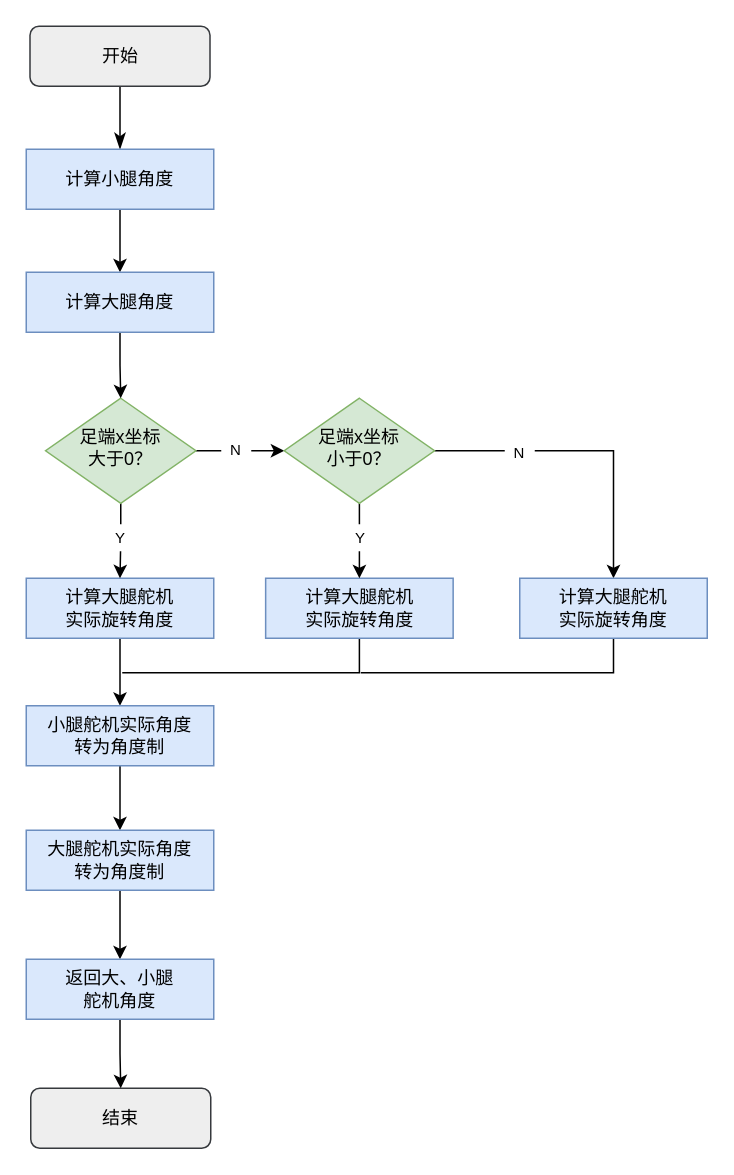
This is 串联腿逆解器.drawio from KAZAMA-DREAM/picture, a draw.io file, before an edit. Source tidied: cells renumbered, new cells numbered last; positions are measured from the earlier drawing's top-left corner, leaving out a move shared by most shapes. Both pictures are drawn from the tidied source at 150%, with x=0, y=0 at pixel (26, 26).
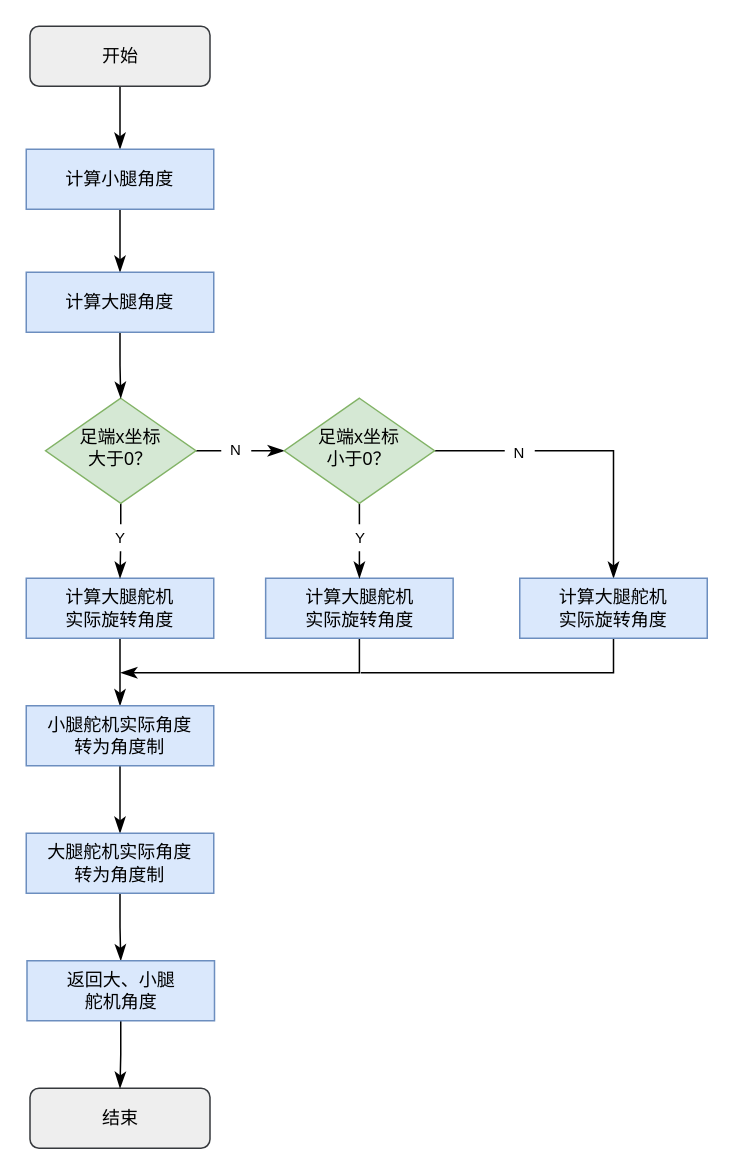
The same diagram, later.

Commit message:
更新串联腿逆解器.drawio

The change refers to these unchanged cells:
```xml
<mxCell id="5" value="计算大腿舵机&lt;br&gt;实际旋转角度" style="rounded=0;whiteSpace=wrap;html=1;fillColor=#dae8fc;strokeColor=#6c8ebf;" parent="1" vertex="1">
  <mxGeometry y="368" width="125" height="40" as="geometry" />
</mxCell>
<mxCell id="8" value="足端x坐标&lt;br&gt;大于0？" style="rhombus;whiteSpace=wrap;html=1;shadow=0;fontFamily=Helvetica;fontSize=12;align=center;strokeWidth=1;spacing=6;spacingTop=-4;fillColor=#d5e8d4;strokeColor=#82b366;" parent="1" vertex="1">
  <mxGeometry x="12.9" y="248" width="100.2" height="70" as="geometry" />
</mxCell>
<mxCell id="10" value="小腿舵机实际角度&lt;br&gt;转为角度制" style="rounded=0;whiteSpace=wrap;html=1;fillColor=#dae8fc;strokeColor=#6c8ebf;" parent="1" vertex="1">
  <mxGeometry y="453" width="125" height="40" as="geometry" />
</mxCell>
<mxCell id="13" value="计算小腿角度" style="rounded=0;whiteSpace=wrap;html=1;fillColor=#dae8fc;strokeColor=#6c8ebf;" parent="1" vertex="1">
  <mxGeometry y="82" width="125" height="40" as="geometry" />
</mxCell>
<mxCell id="15" value="计算大腿角度" style="rounded=0;whiteSpace=wrap;html=1;fillColor=#dae8fc;strokeColor=#6c8ebf;" parent="1" vertex="1">
  <mxGeometry y="164" width="125" height="40" as="geometry" />
</mxCell>
<mxCell id="19" value="计算大腿舵机&lt;br&gt;实际旋转角度" style="rounded=0;whiteSpace=wrap;html=1;fillColor=#dae8fc;strokeColor=#6c8ebf;" parent="1" vertex="1">
  <mxGeometry x="159.6" y="368" width="125" height="40" as="geometry" />
</mxCell>
<mxCell id="22" value="足端x坐标&lt;br&gt;小于0？" style="rhombus;whiteSpace=wrap;html=1;shadow=0;fontFamily=Helvetica;fontSize=12;align=center;strokeWidth=1;spacing=6;spacingTop=-4;fillColor=#d5e8d4;strokeColor=#82b366;" parent="1" vertex="1">
  <mxGeometry x="172" y="248" width="100.2" height="70" as="geometry" />
</mxCell>
<mxCell id="25" value="计算大腿舵机&lt;br&gt;实际旋转角度" style="rounded=0;whiteSpace=wrap;html=1;fillColor=#dae8fc;strokeColor=#6c8ebf;" parent="1" vertex="1">
  <mxGeometry x="329" y="368" width="125" height="40" as="geometry" />
</mxCell>
```

What changed in the source:
```diff
@@
-    <mxCell id="4" style="edgeStyle=orthogonalEdgeStyle;rounded=0;jettySize=auto;html=1;entryX=0.5;entryY=0;entryDx=0;entryDy=0;" parent="1" edge="1" source="5" target="10">
+    <mxCell id="4" style="edgeStyle=orthogonalEdgeStyle;rounded=0;jettySize=auto;html=1;entryX=0.5;entryY=0;entryDx=0;entryDy=0;endSize=8;endArrow=classicThin;endFill=1;" parent="1" edge="1" source="5" target="10">
       <mxGeometry relative="1" as="geometry" />
     </mxCell>
@@
-    <mxCell id="6" style="edgeStyle=orthogonalEdgeStyle;rounded=0;jettySize=auto;html=1;" parent="1" edge="1" source="8" target="5">
+    <mxCell id="6" style="edgeStyle=orthogonalEdgeStyle;rounded=0;jettySize=auto;html=1;endSize=8;endArrow=classicThin;endFill=1;" parent="1" edge="1" source="8" target="5">
       <mxGeometry relative="1" as="geometry" />
     </mxCell>
-    <mxCell id="7" style="edgeStyle=orthogonalEdgeStyle;rounded=0;jettySize=auto;html=1;" parent="1" edge="1" source="8">
+    <mxCell id="7" style="edgeStyle=orthogonalEdgeStyle;rounded=0;jettySize=auto;html=1;endArrow=classicThin;endFill=1;endSize=8;" parent="1" edge="1" source="8">
       <mxGeometry relative="1" as="geometry">
         <mxPoint x="172" y="283" as="targetPoint" />
       </mxGeometry>
     </mxCell>
@@
-    <mxCell id="9" style="edgeStyle=orthogonalEdgeStyle;rounded=0;jettySize=auto;html=1;" parent="1" edge="1" source="10" target="28">
+    <mxCell id="9" style="edgeStyle=orthogonalEdgeStyle;rounded=0;jettySize=auto;html=1;endSize=8;endArrow=classicThin;endFill=1;" parent="1" edge="1" source="10" target="28">
       <mxGeometry relative="1" as="geometry" />
     </mxCell>
@@
     <mxCell id="11" value="结束" style="rounded=1;whiteSpace=wrap;html=1;fontSize=12;glass=0;strokeWidth=1;shadow=0;fillColor=#eeeeee;strokeColor=#36393d;" parent="1" vertex="1">
-      <mxGeometry x="3" y="708" width="120" height="40" as="geometry" />
+      <mxGeometry x="2.5" y="708" width="120" height="40" as="geometry" />
     </mxCell>
-    <mxCell id="12" style="edgeStyle=orthogonalEdgeStyle;rounded=0;jettySize=auto;html=1;" parent="1" edge="1" source="13" target="15">
+    <mxCell id="12" style="edgeStyle=orthogonalEdgeStyle;rounded=0;jettySize=auto;html=1;endSize=8;endArrow=classicThin;endFill=1;" parent="1" edge="1" source="13" target="15">
       <mxGeometry relative="1" as="geometry" />
     </mxCell>
@@
-    <mxCell id="14" style="edgeStyle=orthogonalEdgeStyle;rounded=0;jettySize=auto;html=1;" parent="1" edge="1" source="15" target="8">
+    <mxCell id="14" style="edgeStyle=orthogonalEdgeStyle;rounded=0;jettySize=auto;html=1;endSize=8;endArrow=classicThin;endFill=1;" parent="1" edge="1" source="15" target="8">
       <mxGeometry relative="1" as="geometry" />
     </mxCell>
@@
-    <mxCell id="18" style="edgeStyle=orthogonalEdgeStyle;rounded=0;jettySize=auto;html=1;endArrow=none;endFill=0;" parent="1" edge="1" source="19">
+    <mxCell id="18" style="edgeStyle=orthogonalEdgeStyle;rounded=0;jettySize=auto;html=1;endArrow=classicThin;endFill=1;endSize=8;" parent="1" edge="1" source="19">
       <mxGeometry relative="1" as="geometry">
-        <mxPoint x="64" y="431" as="targetPoint" />
+        <mxPoint x="63" y="431" as="targetPoint" />
         <Array as="points">
           <mxPoint x="222" y="431" />
           <mxPoint x="102" y="431" />
         </Array>
       </mxGeometry>
     </mxCell>
@@
-    <mxCell id="20" style="edgeStyle=orthogonalEdgeStyle;rounded=0;jettySize=auto;html=1;" parent="1" edge="1" source="22" target="19">
+    <mxCell id="20" style="edgeStyle=orthogonalEdgeStyle;rounded=0;jettySize=auto;html=1;endSize=8;endArrow=classicThin;endFill=1;" parent="1" edge="1" source="22" target="19">
       <mxGeometry relative="1" as="geometry" />
     </mxCell>
-    <mxCell id="21" style="edgeStyle=orthogonalEdgeStyle;rounded=0;jettySize=auto;html=1;entryX=0.5;entryY=0;entryDx=0;entryDy=0;" parent="1" edge="1" source="22" target="25">
+    <mxCell id="21" style="edgeStyle=orthogonalEdgeStyle;rounded=0;jettySize=auto;html=1;entryX=0.5;entryY=0;entryDx=0;entryDy=0;endSize=8;endArrow=classicThin;endFill=1;" parent="1" edge="1" source="22" target="25">
       <mxGeometry relative="1" as="geometry" />
     </mxCell>
@@
-    <mxCell id="27" style="edgeStyle=orthogonalEdgeStyle;rounded=0;jettySize=auto;html=1;" parent="1" edge="1" source="28" target="30">
+    <mxCell id="27" style="edgeStyle=orthogonalEdgeStyle;rounded=0;jettySize=auto;html=1;endSize=8;endArrow=classicThin;endFill=1;" parent="1" edge="1" source="28" target="30">
       <mxGeometry relative="1" as="geometry" />
     </mxCell>
     <mxCell id="28" value="大腿舵机实际角度&lt;br&gt;转为角度制" style="rounded=0;whiteSpace=wrap;html=1;fillColor=#dae8fc;strokeColor=#6c8ebf;" parent="1" vertex="1">
-      <mxGeometry y="536" width="125" height="40" as="geometry" />
+      <mxGeometry y="538" width="125" height="40" as="geometry" />
     </mxCell>
-    <mxCell id="29" style="edgeStyle=orthogonalEdgeStyle;rounded=0;jettySize=auto;html=1;" parent="1" edge="1" source="30" target="11">
+    <mxCell id="29" style="edgeStyle=orthogonalEdgeStyle;rounded=0;jettySize=auto;html=1;endSize=8;endArrow=classicThin;endFill=1;" parent="1" edge="1" source="30" target="11">
       <mxGeometry relative="1" as="geometry" />
     </mxCell>
     <mxCell id="30" value="返回大、小腿&lt;br&gt;舵机角度" style="rounded=0;whiteSpace=wrap;html=1;fillColor=#dae8fc;strokeColor=#6c8ebf;" parent="1" vertex="1">
-      <mxGeometry y="622" width="125" height="40" as="geometry" />
+      <mxGeometry x="0.5" y="623" width="125" height="40" as="geometry" />
     </mxCell>
```
